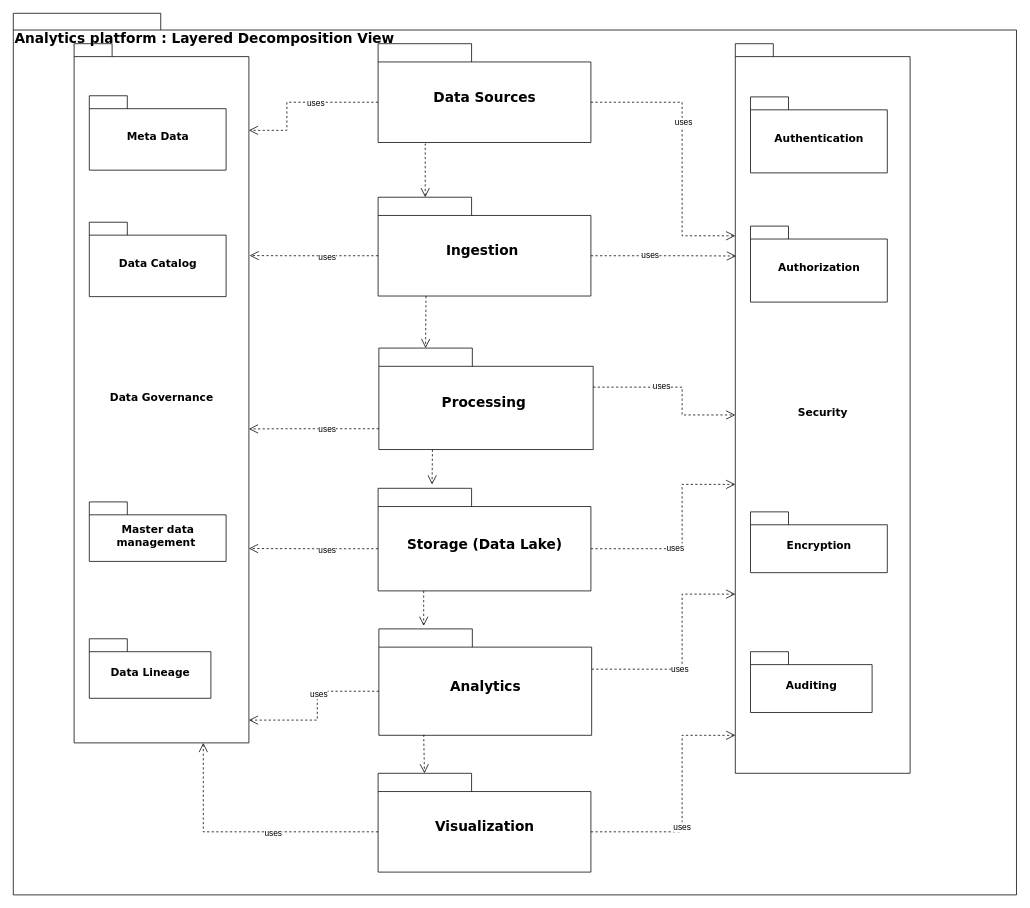
This is Capstone - TestGuru-Quizology.drawio from Swaraj-Bharti/softwarearchitectcert, a draw.io file, before an edit. Source tidied: cells renumbered, new cells numbered last; positions are measured from the earlier drawing's top-left corner, leaving out a move shared by most shapes. Both pictures are drawn from the tidied source at 76%, with x=0, y=0 at pixel (13, 13).
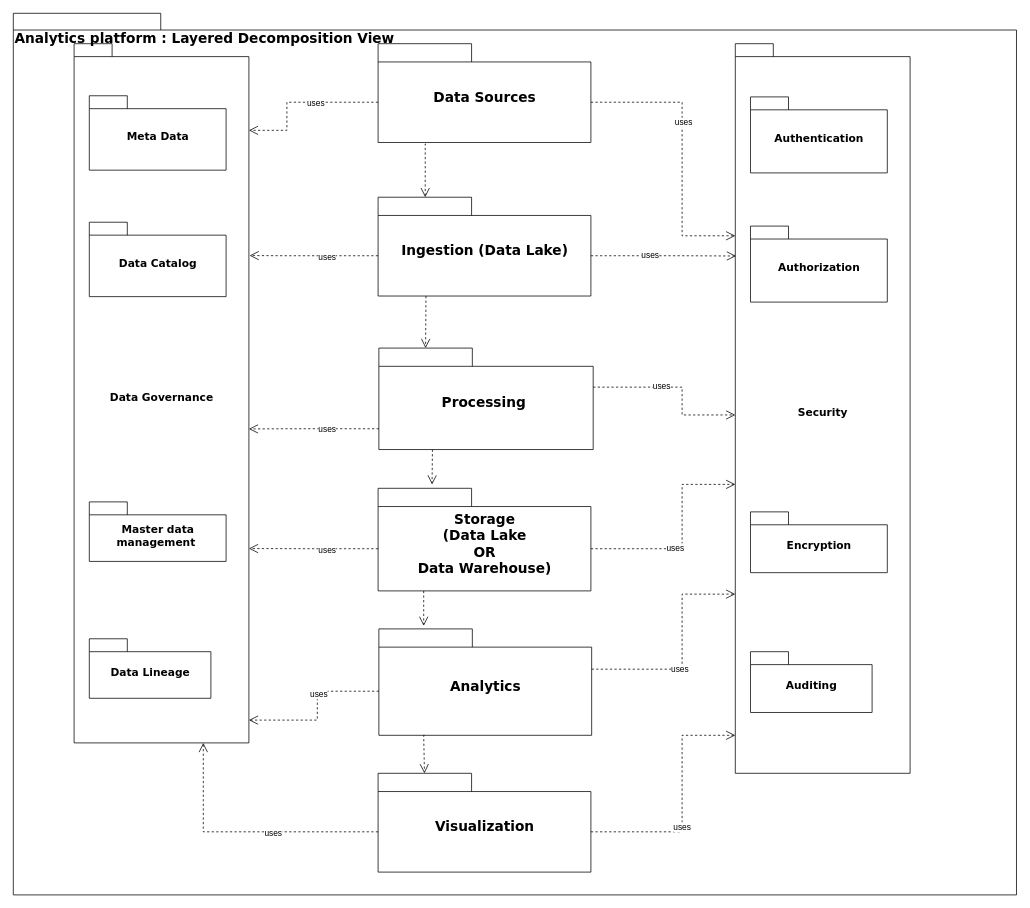
The same page after the edit.

Unchanged cells that the change refers to:
```xml
<mxCell id="15" style="group;" parent="1" vertex="1">
  <mxGeometry x="480" y="242" width="280" height="130" as="geometry" />
</mxCell>
```

Diff of the diagram source:
```diff
@@
-    <mxCell id="16" value="&lt;font style=&quot;font-size: 18px;&quot;&gt;Ingestion&amp;nbsp;&lt;/font&gt;" style="shape=folder;fontStyle=1;spacingTop=10;tabWidth=123;tabHeight=24;tabPosition=left;html=1;rounded=0;shadow=0;comic=0;labelBackgroundColor=none;strokeWidth=1;fontFamily=Verdana;fontSize=10;align=center;" parent="15" vertex="1">
+    <mxCell id="16" value="&lt;font style=&quot;font-size: 18px;&quot;&gt;Ingestion (Data Lake)&lt;/font&gt;" style="shape=folder;fontStyle=1;spacingTop=10;tabWidth=123;tabHeight=24;tabPosition=left;html=1;rounded=0;shadow=0;comic=0;labelBackgroundColor=none;strokeWidth=1;fontFamily=Verdana;fontSize=10;align=center;" parent="15" vertex="1">
       <mxGeometry width="280" height="130" as="geometry" />
     </mxCell>
@@
-    <mxCell id="19" value="&lt;font style=&quot;font-size: 18px;&quot;&gt;Storage (Data Lake)&lt;/font&gt;" style="shape=folder;fontStyle=1;spacingTop=10;tabWidth=123;tabHeight=24;tabPosition=left;html=1;rounded=0;shadow=0;comic=0;labelBackgroundColor=none;strokeWidth=1;fontFamily=Verdana;fontSize=10;align=center;" parent="1" vertex="1">
+    <mxCell id="19" value="&lt;font style=&quot;font-size: 18px;&quot;&gt;Storage &lt;br&gt;(Data Lake &lt;br&gt;OR&lt;br&gt;Data Warehouse)&lt;/font&gt;" style="shape=folder;fontStyle=1;spacingTop=10;tabWidth=123;tabHeight=24;tabPosition=left;html=1;rounded=0;shadow=0;comic=0;labelBackgroundColor=none;strokeWidth=1;fontFamily=Verdana;fontSize=10;align=center;" parent="1" vertex="1">
       <mxGeometry x="480" y="625" width="280" height="135" as="geometry" />
     </mxCell>
```
